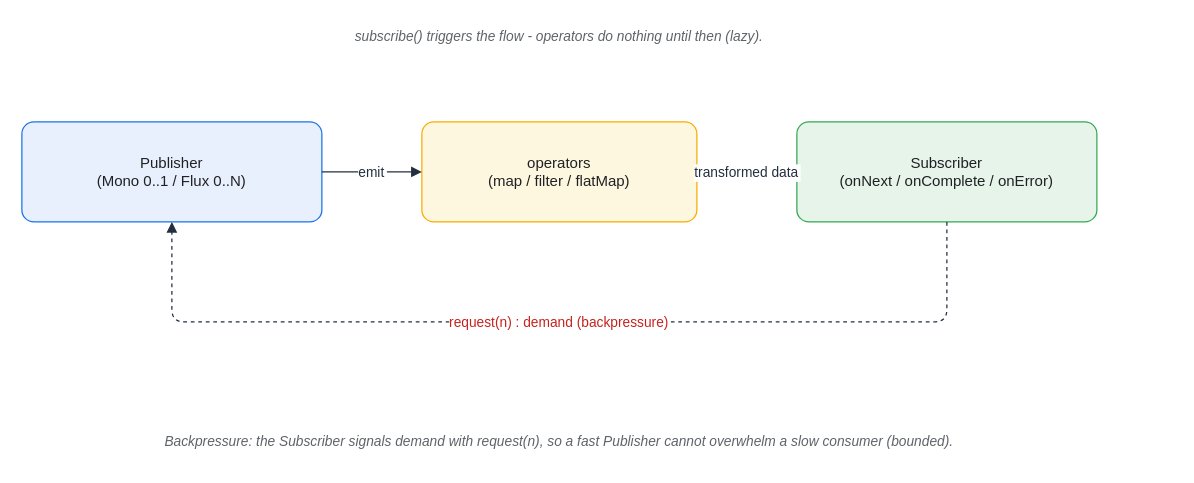
Earlier version of the draw.io diagram assets/img/spring/spring-10-mono-flux-backpressure.drawio (KKamJi98/kkamji98.github.io). Source tidied: cells renumbered, new cells numbered last; positions are measured from the earlier drawing's top-left corner, leaving out a move shared by most shapes. Both pictures are drawn from the tidied source at 125%, with x=0, y=0 at pixel (21, 21).
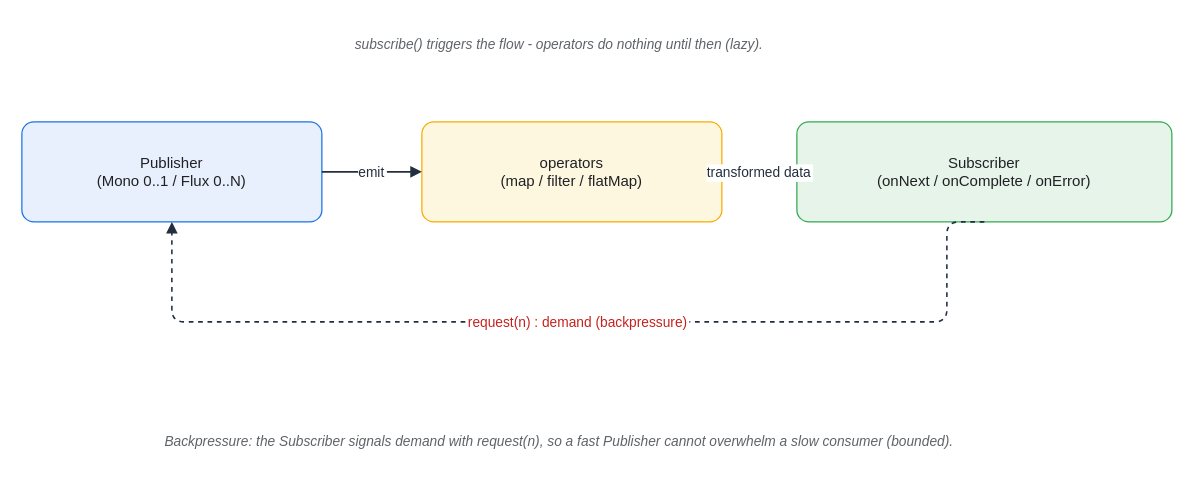
The same page after the edit.

The edit, as a diff of the source:
```diff
@@
 <mxGraphModel background="#FFFFFF">
   <root>
     <mxCell id="0" />
     <mxCell id="1" parent="0" />
-    <mxCell id="2" value="Publisher&#10;(Mono 0..1 / Flux 0..N)" style="rounded=1;whiteSpace=wrap;html=1;arcSize=12;shadow=0;fillColor=#E8F0FE;strokeColor=#1A73E8;fontColor=#202124;" parent="1" vertex="1">
+    <mxCell id="2" value="Publisher&#10;(Mono 0..1 / Flux 0..N)" style="rounded=1;whiteSpace=wrap;html=0;arcSize=12;shadow=0;fillColor=#E8F0FE;strokeColor=#1A73E8;fontColor=#202124;" parent="1" vertex="1">
       <mxGeometry y="80" width="240" height="80" as="geometry" />
     </mxCell>
-    <mxCell id="3" value="operators&#10;(map / filter / flatMap)" style="rounded=1;whiteSpace=wrap;html=1;arcSize=12;shadow=0;fillColor=#FEF7E0;strokeColor=#F9AB00;fontColor=#202124;" parent="1" vertex="1">
-      <mxGeometry x="320" y="80" width="220" height="80" as="geometry" />
+    <mxCell id="3" value="operators&#10;(map / filter / flatMap)" style="rounded=1;whiteSpace=wrap;html=0;arcSize=12;shadow=0;fillColor=#FEF7E0;strokeColor=#F9AB00;fontColor=#202124;" parent="1" vertex="1">
+      <mxGeometry x="320" y="80" width="240" height="80" as="geometry" />
     </mxCell>
-    <mxCell id="4" value="Subscriber&#10;(onNext / onComplete / onError)" style="rounded=1;whiteSpace=wrap;html=1;arcSize=12;shadow=0;fillColor=#E6F4EA;strokeColor=#34A853;fontColor=#202124;" parent="1" vertex="1">
-      <mxGeometry x="620" y="80" width="240" height="80" as="geometry" />
+    <mxCell id="4" value="Subscriber&#10;(onNext / onComplete / onError)" style="rounded=1;whiteSpace=wrap;html=0;arcSize=12;shadow=0;fillColor=#E6F4EA;strokeColor=#34A853;fontColor=#202124;" parent="1" vertex="1">
+      <mxGeometry x="620" y="80" width="300" height="80" as="geometry" />
     </mxCell>
-    <mxCell id="5" value="subscribe() triggers the flow - operators do nothing until then (lazy)." style="text;html=1;align=center;verticalAlign=middle;whiteSpace=wrap;fontSize=11;fontColor=#5F6368;fontStyle=2;" parent="1" vertex="1">
-      <mxGeometry width="860" height="24" as="geometry" />
+    <mxCell id="5" value="subscribe() triggers the flow - operators do nothing until then (lazy)." style="text;html=0;align=center;verticalAlign=middle;whiteSpace=wrap;fontSize=11;fontColor=#5F6368;fontStyle=2;" parent="1" vertex="1">
+      <mxGeometry width="860" height="35" as="geometry" />
     </mxCell>
-    <mxCell id="6" value="Backpressure: the Subscriber signals demand with request(n), so a fast Publisher cannot overwhelm a slow consumer (bounded)." style="text;html=1;align=center;verticalAlign=middle;whiteSpace=wrap;fontSize=11;fontColor=#5F6368;fontStyle=2;" parent="1" vertex="1">
+    <mxCell id="6" value="Backpressure: the Subscriber signals demand with request(n), so a fast Publisher cannot overwhelm a slow consumer (bounded)." style="text;html=0;align=center;verticalAlign=middle;whiteSpace=wrap;fontSize=11;fontColor=#5F6368;fontStyle=2;" parent="1" vertex="1">
       <mxGeometry y="320" width="860" height="32" as="geometry" />
     </mxCell>
-    <mxCell id="7" value="emit" style="edgeStyle=orthogonalEdgeStyle;rounded=1;html=0;fontColor=#232F3E;strokeColor=#232F3E;labelBackgroundColor=#FFFFFF;endArrow=block;exitX=1;exitY=0.5;exitDx=0;exitDy=0;entryX=0;entryY=0.5;entryDx=0;entryDy=0;" parent="1" edge="1" source="2" target="3">
+    <mxCell id="7" value="emit" style="edgeStyle=orthogonalEdgeStyle;rounded=1;html=0;fontColor=#232F3E;strokeColor=#232F3E;labelBackgroundColor=#FFFFFF;endArrow=block;exitX=1;exitY=0.5;exitDx=0;exitDy=0;entryX=0;entryY=0.5;entryDx=0;entryDy=0;strokeWidth=1.25;" parent="1" edge="1" source="2" target="3">
       <mxGeometry relative="1" as="geometry" />
     </mxCell>
-    <mxCell id="8" value="transformed data" style="edgeStyle=orthogonalEdgeStyle;rounded=1;html=0;fontColor=#232F3E;strokeColor=#232F3E;labelBackgroundColor=#FFFFFF;endArrow=block;exitX=1;exitY=0.5;exitDx=0;exitDy=0;entryX=0;entryY=0.5;entryDx=0;entryDy=0;" parent="1" edge="1" source="3" target="4">
+    <mxCell id="8" value="transformed data" style="edgeStyle=orthogonalEdgeStyle;rounded=1;html=0;fontColor=#232F3E;strokeColor=#232F3E;labelBackgroundColor=#FFFFFF;endArrow=block;exitX=1;exitY=0.5;exitDx=0;exitDy=0;entryX=0;entryY=0.5;entryDx=0;entryDy=0;strokeWidth=1.25;" parent="1" edge="1" source="3" target="4">
       <mxGeometry relative="1" as="geometry" />
     </mxCell>
-    <mxCell id="9" value="request(n) : demand (backpressure)" style="edgeStyle=orthogonalEdgeStyle;rounded=1;html=0;dashed=1;fontColor=#C5221F;strokeColor=#232F3E;labelBackgroundColor=#FFFFFF;endArrow=block;exitX=0.5;exitY=1;exitDx=0;exitDy=0;entryX=0.5;entryY=1;entryDx=0;entryDy=0;" parent="1" edge="1" source="4" target="2">
+    <mxCell id="9" value="request(n) : demand (backpressure)" style="edgeStyle=orthogonalEdgeStyle;rounded=1;html=0;dashed=1;fontColor=#C5221F;strokeColor=#232F3E;labelBackgroundColor=#FFFFFF;endArrow=block;exitX=0.5;exitY=1;exitDx=0;exitDy=0;entryX=0.5;entryY=1;entryDx=0;entryDy=0;strokeWidth=1.25;" parent="1" edge="1" source="4" target="2">
       <mxGeometry relative="1" as="geometry">
         <Array as="points">
           <mxPoint x="740" y="240" />
           <mxPoint x="120" y="240" />
         </Array>
       </mxGeometry>
     </mxCell>
   </root>
 </mxGraphModel>
```
